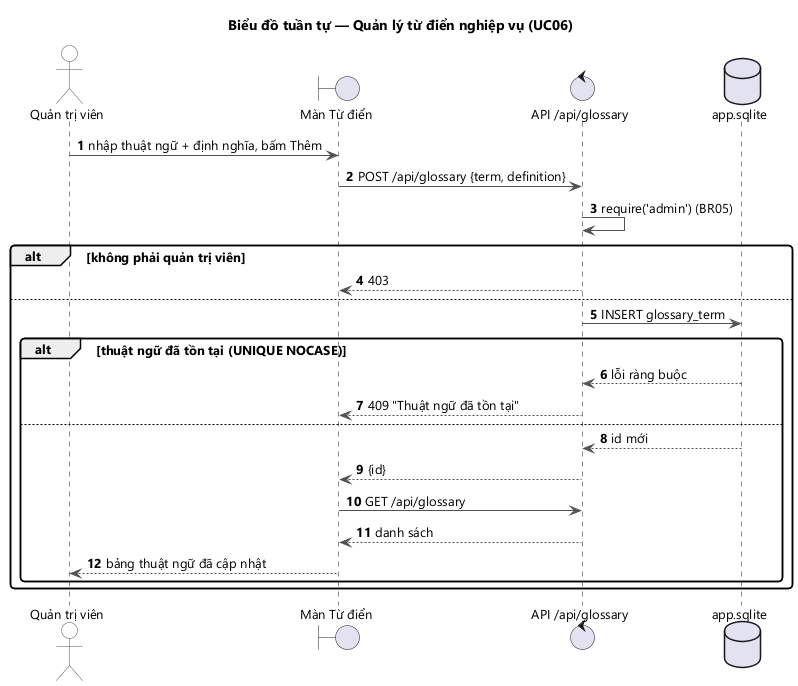
Earlier version of the PlantUML export docs/pttk/diagrams/sequence_tu_dien.png (ThanhTrung2001/llm-as-db-interface-project).
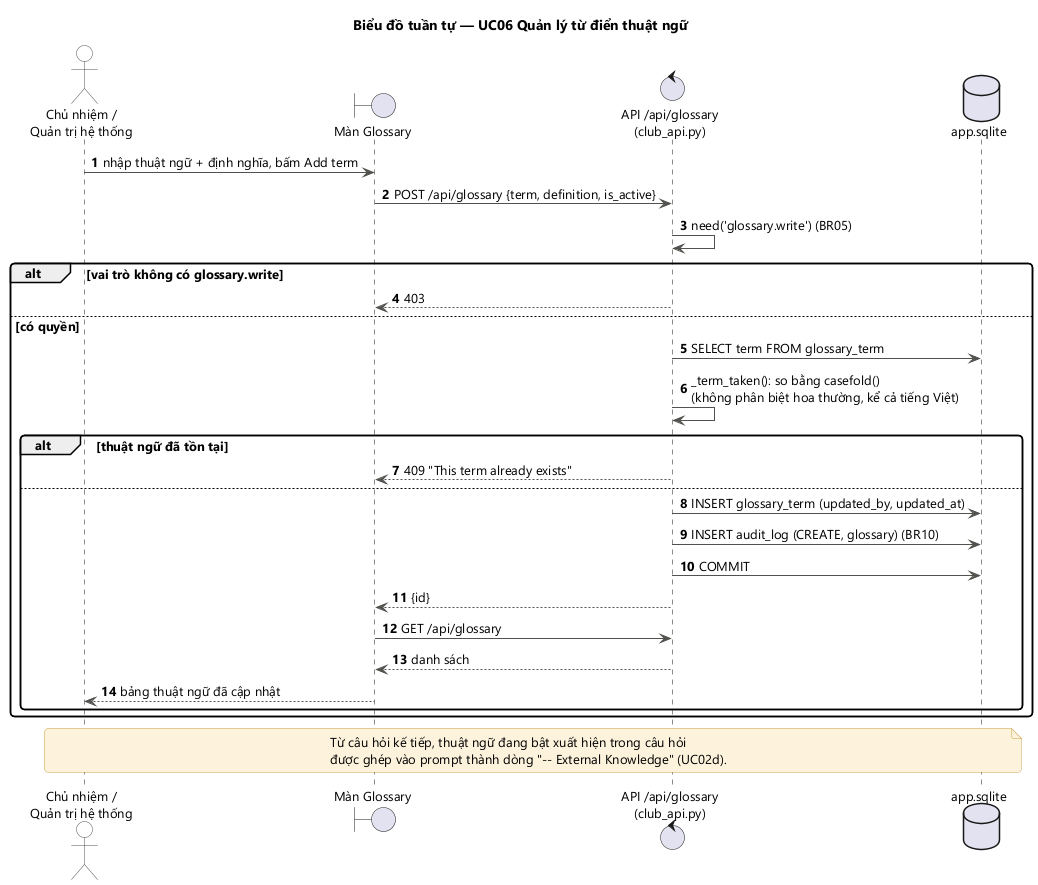
After the commit.

The edit, as a diff of the source:
```diff
@@ -1,29 +1,35 @@
 @startuml sequence_tu_dien
 !include _style.iuml
-title Biểu đồ tuần tự — Quản lý từ điển nghiệp vụ (UC06)
+title Biểu đồ tuần tự — UC06 Quản lý từ điển thuật ngữ
 autonumber
 
-actor "Quản trị viên" as A
-boundary "Màn Từ điển" as UI
-control "API /api/glossary" as API
+actor "Chủ nhiệm /\nQuản trị hệ thống" as A
+boundary "Màn Glossary" as UI
+control "API /api/glossary\n(club_api.py)" as API
 database "app.sqlite" as APP
 
-A -> UI : nhập thuật ngữ + định nghĩa, bấm Thêm
-UI -> API : POST /api/glossary {term, definition}
-API -> API : require('admin') (BR05)
-alt không phải quản trị viên
+A -> UI : nhập thuật ngữ + định nghĩa, bấm Add term
+UI -> API : POST /api/glossary {term, definition, is_active}
+API -> API : need('glossary.write') (BR05)
+alt vai trò không có glossary.write
   API --> UI : 403
-else
-  API -> APP : INSERT glossary_term
-  alt thuật ngữ đã tồn tại (UNIQUE NOCASE)
-    APP --> API : lỗi ràng buộc
-    API --> UI : 409 "Thuật ngữ đã tồn tại"
+else có quyền
+  API -> APP : SELECT term FROM glossary_term
+  API -> API : _term_taken(): so bằng casefold()\n(không phân biệt hoa thường, kể cả tiếng Việt)
+  alt thuật ngữ đã tồn tại
+    API --> UI : 409 "This term already exists"
   else
-    APP --> API : id mới
+    API -> APP : INSERT glossary_term (updated_by, updated_at)
+    API -> APP : INSERT audit_log (CREATE, glossary) (BR10)
+    API -> APP : COMMIT
     API --> UI : {id}
     UI -> API : GET /api/glossary
     API --> UI : danh sách
     UI --> A : bảng thuật ngữ đã cập nhật
   end
 end
+note over A, APP
+  Từ câu hỏi kế tiếp, thuật ngữ đang bật xuất hiện trong câu hỏi
+  được ghép vào prompt thành dòng "-- External Knowledge" (UC02d).
+end note
 @enduml
```
